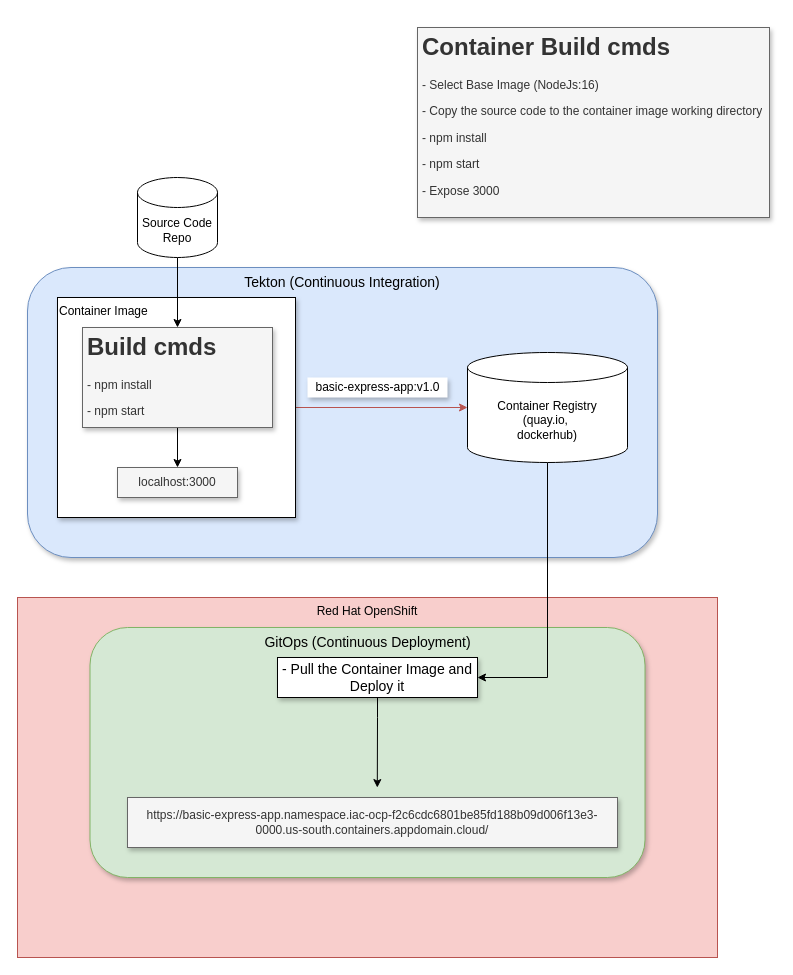
Earlier version of the draw.io diagram diagrams/CI/CD with GitOps.drawio (manojjahgirdar/drawio-diagrams). Source tidied: cells renumbered, new cells numbered last; positions are measured from the earlier drawing's top-left corner, leaving out a move shared by most shapes. Both pictures are drawn from the tidied source at 100%, with x=0, y=0 at pixel (17, 27).
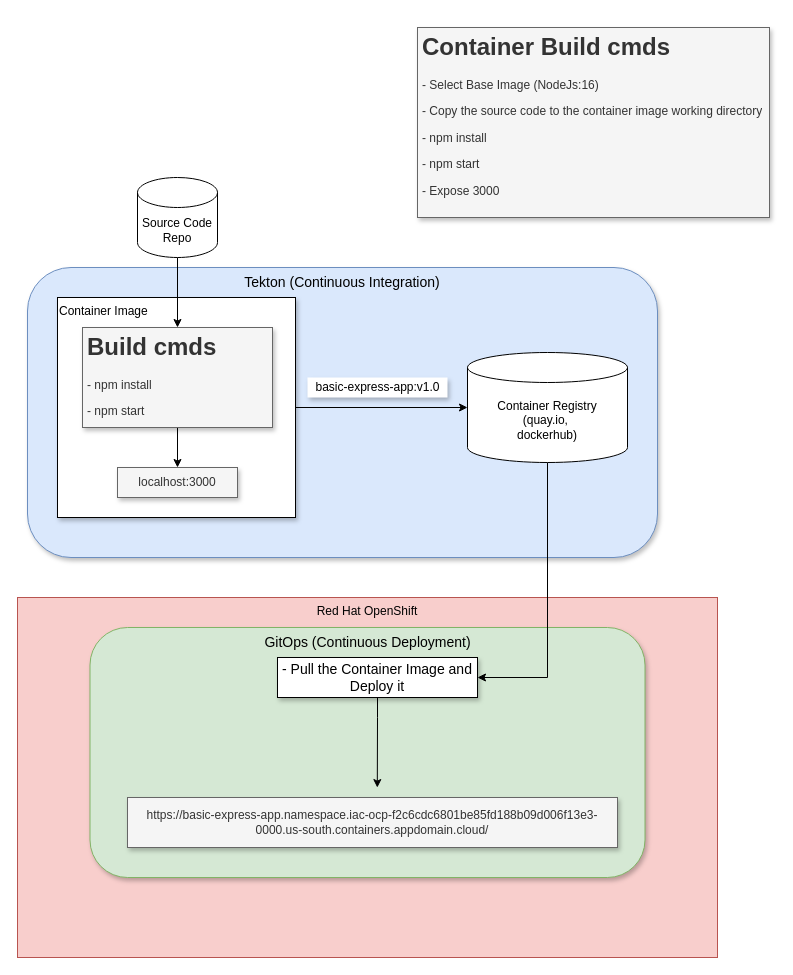
The same page after the edit.

Change to the diagram source:
```diff
@@
 <mxGraphModel>
   <root>
     <mxCell id="0" />
     <mxCell id="1" parent="0" />
     <mxCell id="2" value="Red Hat OpenShift" style="rounded=0;whiteSpace=wrap;html=1;shadow=0;fillColor=#f8cecc;strokeColor=#b85450;align=center;verticalAlign=top;" parent="1" vertex="1">
       <mxGeometry y="570" width="700" height="360" as="geometry" />
     </mxCell>
     <mxCell id="3" value="GitOps (Continuous Deployment)" style="rounded=1;whiteSpace=wrap;html=1;shadow=1;fontSize=14;fillColor=#d5e8d4;verticalAlign=top;strokeColor=#82b366;" parent="1" vertex="1">
       <mxGeometry x="72.5" y="600" width="555" height="250" as="geometry" />
     </mxCell>
     <mxCell id="4" value="Tekton (Continuous Integration)" style="rounded=1;whiteSpace=wrap;html=1;shadow=1;fontSize=14;fillColor=#dae8fc;verticalAlign=top;strokeColor=#6c8ebf;" parent="1" vertex="1">
       <mxGeometry x="10" y="240" width="630" height="290" as="geometry" />
     </mxCell>
-    <mxCell id="5" style="edgeStyle=orthogonalEdgeStyle;rounded=0;jettySize=auto;html=1;entryX=0;entryY=0.5;entryDx=0;entryDy=0;entryPerimeter=0;fillColor=#f8cecc;strokeColor=#b85450;" parent="1" edge="1" source="6" target="14">
+    <mxCell id="5" style="edgeStyle=orthogonalEdgeStyle;rounded=0;jettySize=auto;html=1;entryX=0;entryY=0.5;entryDx=0;entryDy=0;entryPerimeter=0;" parent="1" edge="1" source="6" target="14">
       <mxGeometry relative="1" as="geometry" />
     </mxCell>
     <mxCell id="6" value="Container Image" style="rounded=0;whiteSpace=wrap;html=1;shadow=1;fillColor=default;verticalAlign=top;align=left;" parent="1" vertex="1">
       <mxGeometry x="40" y="270" width="238" height="220" as="geometry" />
     </mxCell>
     <mxCell id="7" style="edgeStyle=orthogonalEdgeStyle;rounded=0;jettySize=auto;html=1;exitX=0.5;exitY=1;exitDx=0;exitDy=0;exitPerimeter=0;" parent="1" edge="1" source="8" target="10">
       <mxGeometry relative="1" as="geometry" />
     </mxCell>
     <mxCell id="8" value="Source Code&lt;br&gt;Repo" style="shape=cylinder3;whiteSpace=wrap;html=1;boundedLbl=1;backgroundOutline=1;size=15;" parent="1" vertex="1">
       <mxGeometry x="120" y="150" width="80" height="80" as="geometry" />
     </mxCell>
     <mxCell id="9" style="edgeStyle=orthogonalEdgeStyle;rounded=0;jettySize=auto;html=1;exitX=0.5;exitY=1;exitDx=0;exitDy=0;entryX=0.5;entryY=0;entryDx=0;entryDy=0;" parent="1" edge="1" source="10" target="11">
       <mxGeometry relative="1" as="geometry" />
     </mxCell>
     <mxCell id="10" value="&lt;h1&gt;Build cmds&lt;/h1&gt;&lt;p&gt;- npm install&lt;/p&gt;&lt;p&gt;- npm start&lt;/p&gt;" style="text;html=1;strokeColor=#666666;fillColor=#f5f5f5;spacing=5;spacingTop=-20;whiteSpace=wrap;overflow=hidden;rounded=0;shadow=1;fontColor=#333333;" parent="1" vertex="1">
       <mxGeometry x="65" y="300" width="190" height="100" as="geometry" />
     </mxCell>
     <mxCell id="11" value="localhost:3000" style="text;html=1;strokeColor=#666666;fillColor=#f5f5f5;align=center;verticalAlign=middle;whiteSpace=wrap;rounded=0;shadow=1;fontColor=#333333;" parent="1" vertex="1">
       <mxGeometry x="100" y="440" width="120" height="30" as="geometry" />
     </mxCell>
     <mxCell id="12" value="&lt;h1&gt;Container Build cmds&lt;/h1&gt;&lt;p&gt;- Select Base Image (NodeJs:16)&lt;/p&gt;&lt;p&gt;- Copy the source code to the container image working directory&lt;/p&gt;&lt;p&gt;- npm install&lt;/p&gt;&lt;p&gt;- npm start&lt;/p&gt;&lt;p&gt;- Expose 3000&lt;/p&gt;" style="text;html=1;strokeColor=#666666;fillColor=#f5f5f5;spacing=5;spacingTop=-20;whiteSpace=wrap;overflow=hidden;rounded=0;shadow=1;fontColor=#333333;" parent="1" vertex="1">
       <mxGeometry x="400" width="352" height="190" as="geometry" />
     </mxCell>
     <mxCell id="13" style="edgeStyle=orthogonalEdgeStyle;rounded=0;jettySize=auto;html=1;exitX=0.5;exitY=1;exitDx=0;exitDy=0;exitPerimeter=0;fontSize=14;entryX=1;entryY=0.5;entryDx=0;entryDy=0;" parent="1" edge="1" source="14" target="17">
       <mxGeometry relative="1" as="geometry" />
     </mxCell>
     <mxCell id="14" value="Container Registry&lt;br&gt;(quay.io,&amp;nbsp;&lt;br&gt;dockerhub)" style="shape=cylinder3;whiteSpace=wrap;html=1;boundedLbl=1;backgroundOutline=1;size=15;rounded=0;shadow=0;fillColor=default;" parent="1" vertex="1">
       <mxGeometry x="450" y="325" width="160" height="110" as="geometry" />
     </mxCell>
     <mxCell id="15" value="basic-express-app:v1.0" style="text;html=1;align=center;verticalAlign=middle;strokeColor=none;fillColor=default;shadow=1;" parent="1" vertex="1">
       <mxGeometry x="290" y="350" width="140" height="20" as="geometry" />
     </mxCell>
     <mxCell id="16" style="edgeStyle=orthogonalEdgeStyle;rounded=0;jettySize=auto;html=1;exitX=0.5;exitY=1;exitDx=0;exitDy=0;entryX=0.514;entryY=0.528;entryDx=0;entryDy=0;entryPerimeter=0;fontSize=14;" parent="1" edge="1" source="17" target="2">
       <mxGeometry relative="1" as="geometry" />
     </mxCell>
     <mxCell id="17" value="- Pull the Container Image and Deploy it" style="rounded=0;whiteSpace=wrap;html=1;shadow=1;fontSize=14;fillColor=default;" parent="1" vertex="1">
       <mxGeometry x="260" y="630" width="200" height="40" as="geometry" />
     </mxCell>
     <mxCell id="18" value="https://basic-express-app.namespace.iac-ocp-f2c6cdc6801be85fd188b09d006f13e3-0000.us-south.containers.appdomain.cloud/" style="text;html=1;strokeColor=#666666;fillColor=#f5f5f5;align=center;verticalAlign=middle;whiteSpace=wrap;rounded=0;shadow=1;fontColor=#333333;" parent="1" vertex="1">
       <mxGeometry x="110" y="770" width="490" height="50" as="geometry" />
     </mxCell>
   </root>
 </mxGraphModel>
```
